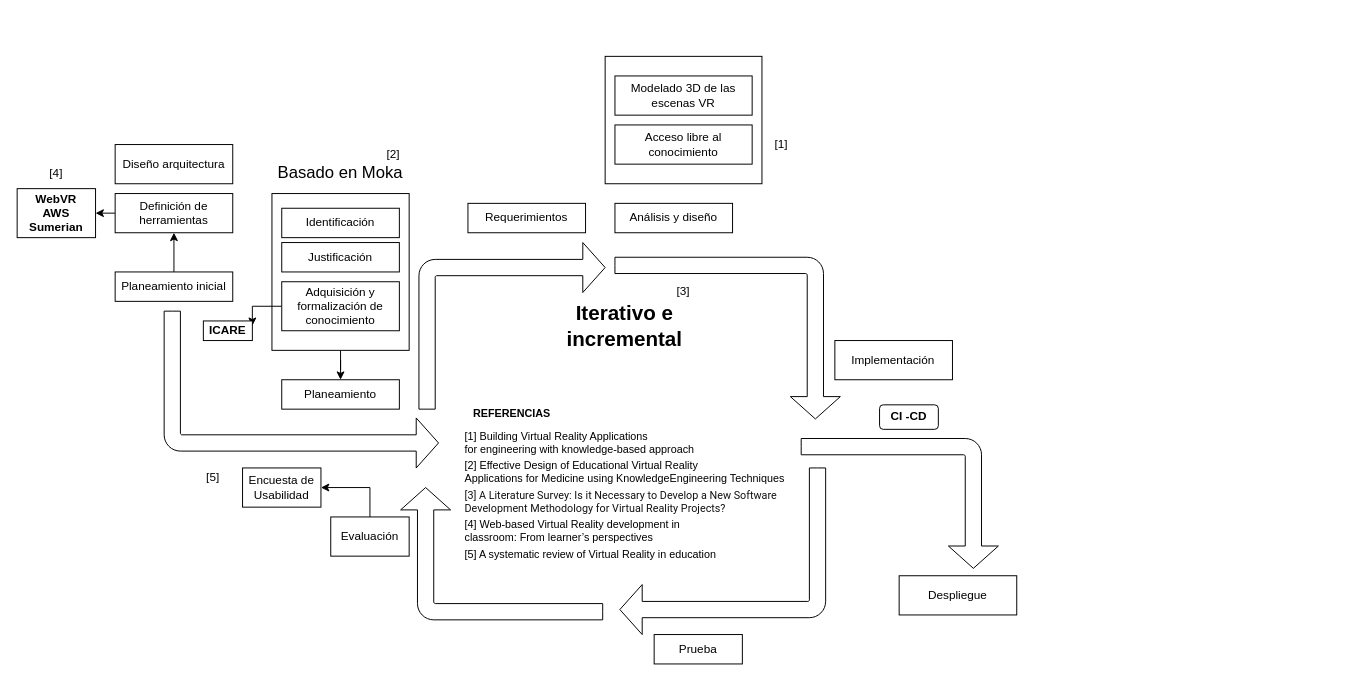
The draw.io diagram Untitled Diagram.drawio in AlexisHolyoak/academy, before the edit. Source tidied: cells renumbered, new cells numbered last; positions are measured from the earlier drawing's top-left corner, leaving out a move shared by most shapes. Both pictures are drawn from the tidied source at 98%, with x=0, y=0 at pixel (17, 56).
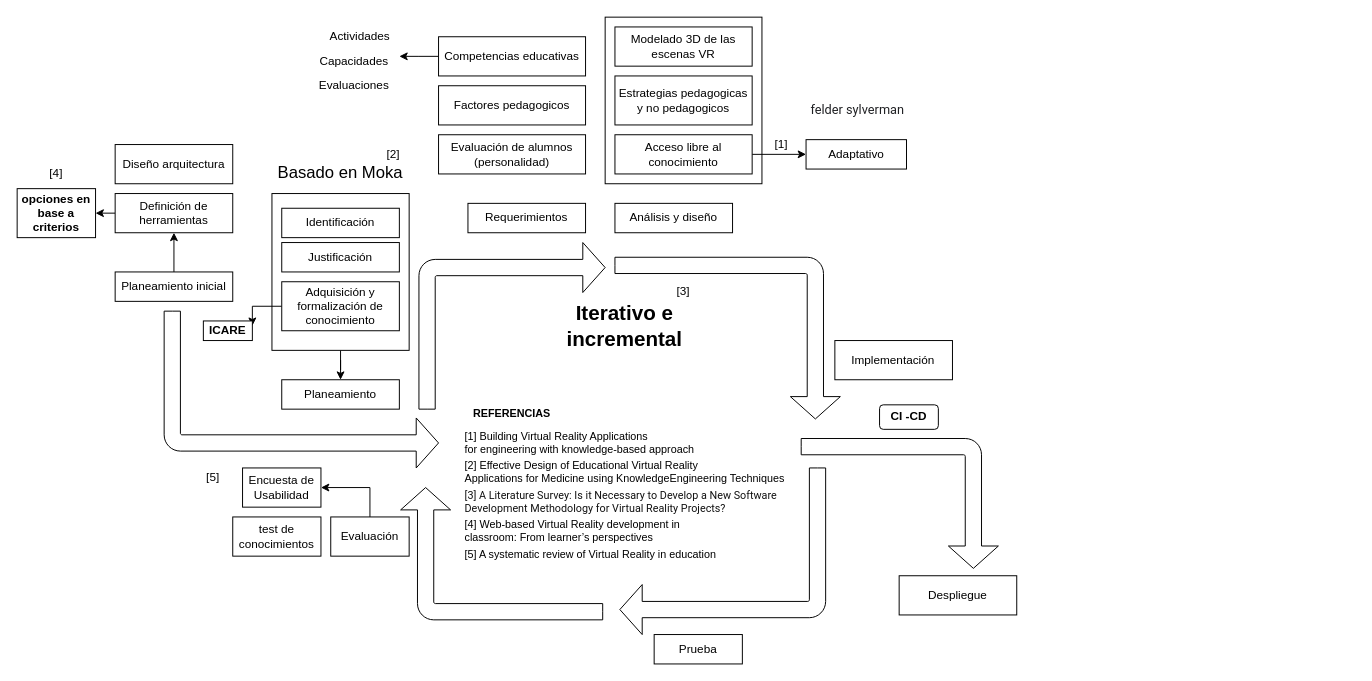
After the change.

What changed in the source:
```diff
@@
     <mxCell id="4" style="rounded=0;whiteSpace=wrap;html=1;fontSize=21;" parent="1" vertex="1">
-      <mxGeometry x="600" width="160" height="130" as="geometry" />
+      <mxGeometry x="600" y="-40" width="160" height="170" as="geometry" />
     </mxCell>
@@
-    <mxCell id="35" value="WebVR&lt;br&gt;AWS Sumerian" style="rounded=0;whiteSpace=wrap;html=1;fontSize=12;fontStyle=1;" parent="1" vertex="1">
+    <mxCell id="35" value="opciones en base a criterios" style="rounded=0;whiteSpace=wrap;html=1;fontSize=12;fontStyle=1;" parent="1" vertex="1">
       <mxGeometry y="135" width="80" height="50" as="geometry" />
     </mxCell>
     <mxCell id="36" value="Modelado 3D de las escenas VR" style="rounded=0;whiteSpace=wrap;html=1;" parent="1" vertex="1">
-      <mxGeometry x="610" y="20" width="140" height="40" as="geometry" />
+      <mxGeometry x="610" y="-30" width="140" height="40" as="geometry" />
     </mxCell>
+    <mxCell id="47" style="edgeStyle=orthogonalEdgeStyle;rounded=0;jettySize=auto;html=1;exitX=1;exitY=0.5;exitDx=0;exitDy=0;entryX=0;entryY=0.5;entryDx=0;entryDy=0;" parent="1" edge="1" source="37" target="56">
+      <mxGeometry relative="1" as="geometry" />
+    </mxCell>
     <mxCell id="37" value="Acceso libre al conocimiento" style="rounded=0;whiteSpace=wrap;html=1;" parent="1" vertex="1">
-      <mxGeometry x="610" y="70" width="140" height="40" as="geometry" />
+      <mxGeometry x="610" y="80" width="140" height="40" as="geometry" />
     </mxCell>
@@
+    <mxCell id="48" value="test de conocimientos" style="rounded=0;whiteSpace=wrap;html=1;" parent="1" vertex="1">
+      <mxGeometry x="220" y="470" width="90" height="40" as="geometry" />
+    </mxCell>
+    <mxCell id="49" value="Estrategias pedagogicas y no pedagogicos" style="rounded=0;whiteSpace=wrap;html=1;" parent="1" vertex="1">
+      <mxGeometry x="610" y="20" width="140" height="50" as="geometry" />
+    </mxCell>
+    <mxCell id="50" value="Factores pedagogicos" style="rounded=0;whiteSpace=wrap;html=1;" parent="1" vertex="1">
+      <mxGeometry x="430" y="30" width="150" height="40" as="geometry" />
+    </mxCell>
+    <mxCell id="51" style="edgeStyle=orthogonalEdgeStyle;rounded=0;jettySize=auto;html=1;exitX=0;exitY=0.5;exitDx=0;exitDy=0;" parent="1" edge="1" source="52">
+      <mxGeometry relative="1" as="geometry">
+        <mxPoint x="390" as="targetPoint" />
+      </mxGeometry>
+    </mxCell>
+    <mxCell id="52" value="Competencias educativas" style="rounded=0;whiteSpace=wrap;html=1;" parent="1" vertex="1">
+      <mxGeometry x="430" y="-20" width="150" height="40" as="geometry" />
+    </mxCell>
+    <mxCell id="53" value="Actividades" style="text;html=1;strokeColor=none;fillColor=none;align=center;verticalAlign=middle;whiteSpace=wrap;rounded=0;" parent="1" vertex="1">
+      <mxGeometry x="330" y="-30" width="40" height="20" as="geometry" />
+    </mxCell>
+    <mxCell id="54" value="Capacidades" style="text;html=1;strokeColor=none;fillColor=none;align=center;verticalAlign=middle;whiteSpace=wrap;rounded=0;" parent="1" vertex="1">
+      <mxGeometry x="324" y="-5" width="40" height="20" as="geometry" />
+    </mxCell>
+    <mxCell id="55" value="Evaluaciones" style="text;html=1;strokeColor=none;fillColor=none;align=center;verticalAlign=middle;whiteSpace=wrap;rounded=0;" parent="1" vertex="1">
+      <mxGeometry x="324" y="20" width="40" height="20" as="geometry" />
+    </mxCell>
+    <mxCell id="56" value="Adaptativo" style="rounded=0;whiteSpace=wrap;html=1;" parent="1" vertex="1">
+      <mxGeometry x="805" y="85" width="102.5" height="30" as="geometry" />
+    </mxCell>
+    <mxCell id="57" value="Evaluación de alumnos (personalidad)" style="rounded=0;whiteSpace=wrap;html=1;" parent="1" vertex="1">
+      <mxGeometry x="430" y="80" width="150" height="40" as="geometry" />
+    </mxCell>
+    <mxCell id="58" value="&lt;span style=&quot;color: rgb(32, 33, 36); font-family: roboto, arial, sans-serif; font-size: 13px; font-style: normal; font-weight: 400; letter-spacing: normal; text-align: left; text-indent: 0px; text-transform: none; word-spacing: 0px; background-color: rgb(255, 255, 255); display: inline; float: none;&quot;&gt;felder sylverman&lt;/span&gt;" style="text;whiteSpace=wrap;html=1;" parent="1" vertex="1">
+      <mxGeometry x="807.5" y="40" width="120" height="30" as="geometry" />
+    </mxCell>
```
